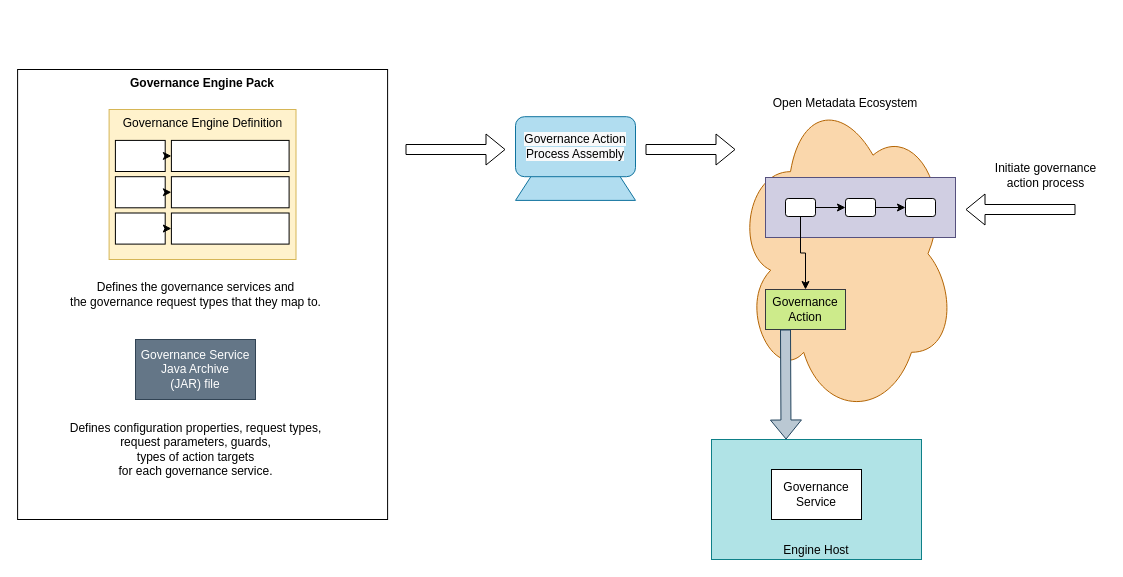
This is page "governance-action-process-lifecycle" (5 of 5) of site/docs/concepts/governance-engines.drawio from odpi/egeria-docs, a draw.io file, before an edit. Source tidied: cells renumbered, new cells numbered last; positions are measured from the earlier drawing's top-left corner, leaving out a move shared by most shapes. Both pictures are drawn from the tidied source at 100%, with x=0, y=0 at pixel (17, 69).
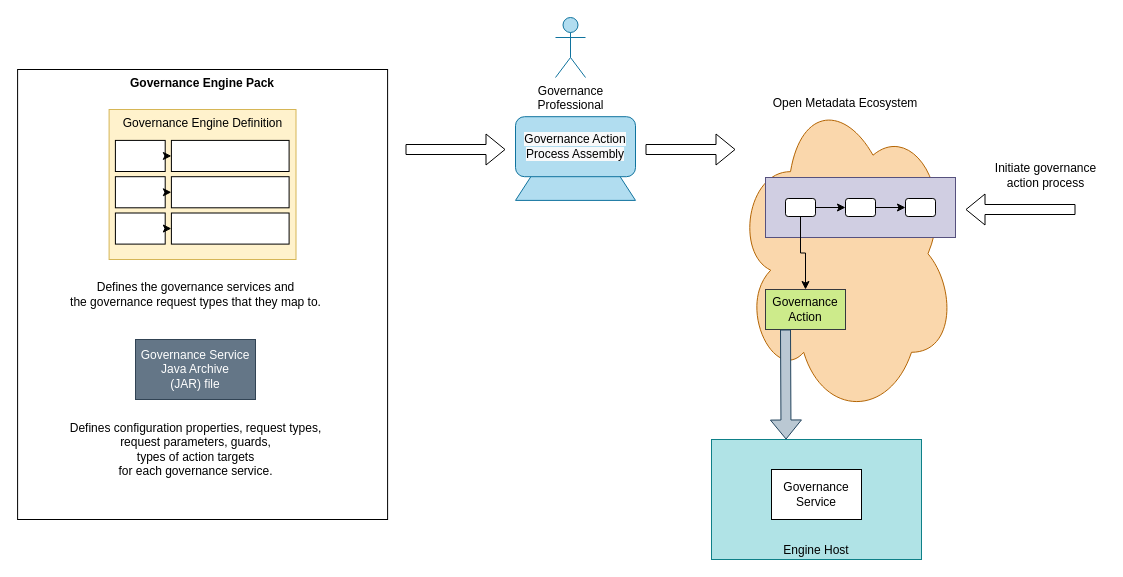
Above is the later version.

Commit message (it also covers changes not shown here):
Update governance action process

The edit, as a diff of the source:
```diff
@@
+    <mxCell id="34" value="Governance&lt;br&gt;Professional" style="shape=umlActor;verticalLabelPosition=bottom;verticalAlign=top;html=1;fillColor=#b1ddf0;strokeColor=#10739e;" parent="1" vertex="1">
+      <mxGeometry x="538" y="-52" width="30" height="60" as="geometry" />
+    </mxCell>
```
